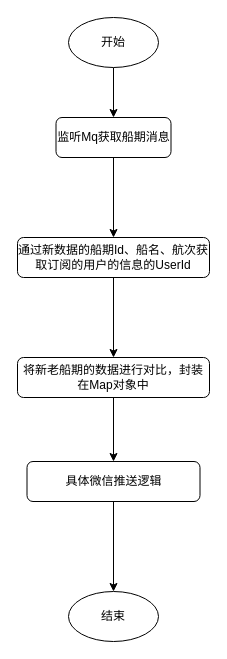
Earlier version of the draw.io diagram port-manager/箱货微信推送.drawio (caixuecheng/track-drawio). Source tidied: cells renumbered, new cells numbered last; positions are measured from the earlier drawing's top-left corner, leaving out a move shared by most shapes. Both pictures are drawn from the tidied source at 100%, with x=0, y=0 at pixel (17, 17).
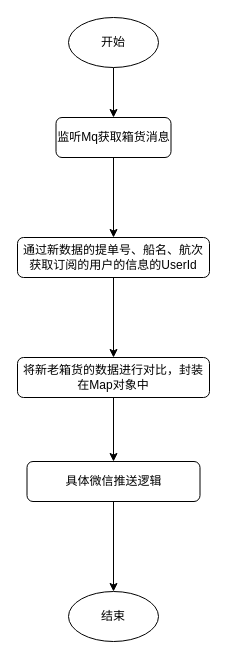
After the change.

Commit message (it also covers changes not shown here):
更新箱货微信推送.drawio

Change to the diagram source:
```diff
@@
 <mxGraphModel>
   <root>
     <mxCell id="0" />
     <mxCell id="1" parent="0" />
     <mxCell id="2" style="edgeStyle=orthogonalEdgeStyle;rounded=0;jettySize=auto;html=1;exitX=0.5;exitY=1;exitDx=0;exitDy=0;entryX=0.5;entryY=0;entryDx=0;entryDy=0;" parent="1" edge="1" source="3" target="5">
       <mxGeometry relative="1" as="geometry" />
     </mxCell>
     <mxCell id="3" value="开始" style="ellipse;whiteSpace=wrap;html=1;" parent="1" vertex="1">
       <mxGeometry x="51" width="90" height="50" as="geometry" />
     </mxCell>
     <mxCell id="4" style="edgeStyle=orthogonalEdgeStyle;rounded=0;jettySize=auto;html=1;" parent="1" edge="1" source="5" target="7">
       <mxGeometry relative="1" as="geometry" />
     </mxCell>
-    <mxCell id="5" value="监听Mq获取船期消息" style="rounded=1;whiteSpace=wrap;html=1;" parent="1" vertex="1">
+    <mxCell id="5" value="监听Mq获取箱货消息" style="rounded=1;whiteSpace=wrap;html=1;" parent="1" vertex="1">
       <mxGeometry x="38.5" y="100" width="115" height="40" as="geometry" />
     </mxCell>
     <mxCell id="6" style="edgeStyle=orthogonalEdgeStyle;rounded=0;jettySize=auto;html=1;" parent="1" edge="1" source="7" target="9">
       <mxGeometry relative="1" as="geometry" />
     </mxCell>
-    <mxCell id="7" value="通过新数据的船期Id、船名、航次获取订阅的用户的信息的UserId" style="rounded=1;whiteSpace=wrap;html=1;" parent="1" vertex="1">
+    <mxCell id="7" value="通过新数据的提单号、船名、航次获取订阅的用户的信息的UserId" style="rounded=1;whiteSpace=wrap;html=1;" parent="1" vertex="1">
       <mxGeometry y="220" width="192" height="40" as="geometry" />
     </mxCell>
     <mxCell id="8" style="edgeStyle=orthogonalEdgeStyle;rounded=0;jettySize=auto;html=1;exitX=0.5;exitY=1;exitDx=0;exitDy=0;entryX=0.5;entryY=0;entryDx=0;entryDy=0;" parent="1" edge="1" source="9" target="11">
       <mxGeometry relative="1" as="geometry" />
     </mxCell>
-    <mxCell id="9" value="将新老船期的数据进行对比，封装在Map对象中" style="rounded=1;whiteSpace=wrap;html=1;" parent="1" vertex="1">
+    <mxCell id="9" value="将新老箱货的数据进行对比，封装在Map对象中" style="rounded=1;whiteSpace=wrap;html=1;" parent="1" vertex="1">
       <mxGeometry y="340" width="192" height="40" as="geometry" />
     </mxCell>
     <mxCell id="10" style="edgeStyle=orthogonalEdgeStyle;rounded=0;jettySize=auto;html=1;exitX=0.5;exitY=1;exitDx=0;exitDy=0;entryX=0.5;entryY=0;entryDx=0;entryDy=0;" parent="1" edge="1" source="11" target="12">
       <mxGeometry relative="1" as="geometry" />
     </mxCell>
     <mxCell id="11" value="具体微信推送逻辑" style="rounded=1;whiteSpace=wrap;html=1;" parent="1" vertex="1">
       <mxGeometry x="9.5" y="444" width="173" height="40" as="geometry" />
     </mxCell>
     <mxCell id="12" value="结束" style="ellipse;whiteSpace=wrap;html=1;" parent="1" vertex="1">
       <mxGeometry x="51" y="574" width="90" height="50" as="geometry" />
     </mxCell>
   </root>
 </mxGraphModel>
```
